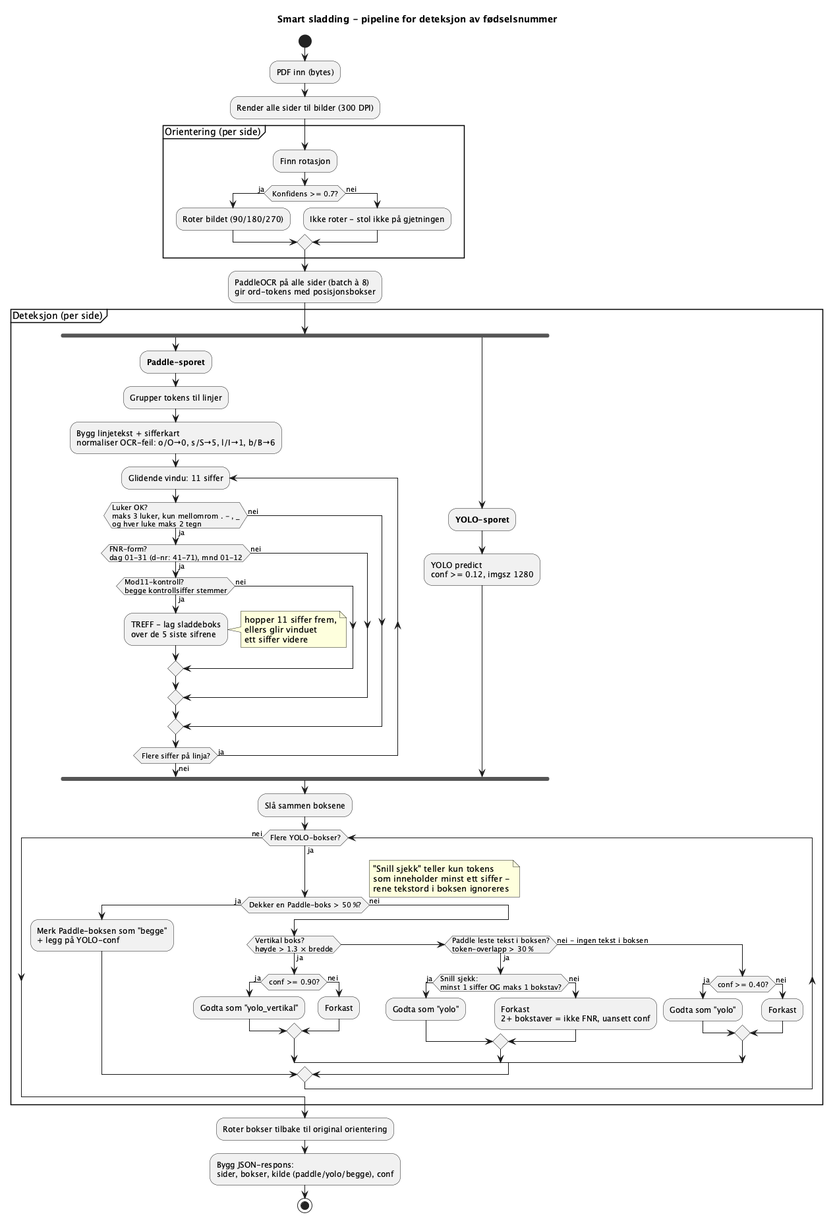
Before: docs/diagrams/skjermbilder/pipeline.png, a diagram exported from PlantUML (kartverket/dokumentbestilling-smart-sladding). Source of this version:
```plantuml
@startuml
title Smart sladding - pipeline for deteksjon av fødselsnummer

start
:PDF inn (bytes);
:Render alle sider til bilder (300 DPI);

partition "Orientering (per side)" {
  :Finn rotasjon;
  if (Konfidens >= 0.7?) then (ja)
    :Roter bildet (90/180/270);
  else (nei)
    :Ikke roter - stol ikke på gjetningen;
  endif
}

:PaddleOCR på alle sider (batch à 8)\ngir ord-tokens med posisjonsbokser;

partition "Deteksjon (per side)" {
  fork
    :**Paddle-sporet**;
    :Grupper tokens til linjer;
    :Bygg linjetekst + sifferkart\nnormaliser OCR-feil: o/O→0, s/S→5, l/I→1, b/B→6;
    repeat :Glidende vindu: 11 siffer;
      if (Luker OK?\nmaks 3 luker, kun mellomrom . - , _\nog hver luke maks 2 tegn) then (ja)
        if (FNR-form?\ndag 01-31 (d-nr: 41-71), mnd 01-12) then (ja)
          if (Mod11-kontroll?\nbegge kontrollsiffer stemmer) then (ja)
            :TREFF - lag sladdeboks\nover de 5 siste sifrene;
            note right
              hopper 11 siffer frem,
              ellers glir vinduet
              ett siffer videre
            end note
          else (nei)
          endif
        else (nei)
        endif
      else (nei)
      endif
    repeat while (Flere siffer på linja?) is (ja) not (nei)
  fork again
    :**YOLO-sporet**;
    :YOLO predict\nconf >= 0.12, imgsz 1280;
  end fork

  :Slå sammen boksene;
  while (Flere YOLO-bokser?) is (ja)
    if (Dekker en Paddle-boks > 50 %?) then (ja)
      :Merk Paddle-boksen som "begge"\n+ legg på YOLO-conf;
    else (nei)
      if (Vertikal boks?\nhøyde > 1.3 × bredde) then (ja)
        if (conf >= 0.90?) then (ja)
          :Godta som "yolo_vertikal";
        else (nei)
          :Forkast;
        endif
      elseif (Paddle leste tekst i boksen?\ntoken-overlapp > 30 %) then (ja)
        if (Snill sjekk:\nminst 1 siffer OG maks 1 bokstav?) then (ja)
          :Godta som "yolo";
        else (nei)
          :Forkast\n2+ bokstaver = ikke FNR, uansett conf;
        endif
      else (nei - ingen tekst i boksen)
        if (conf >= 0.40?) then (ja)
          :Godta som "yolo";
        else (nei)
          :Forkast;
        endif
      endif
    endif
  endwhile (nei)
  note right
    "Snill sjekk" teller kun tokens
    som inneholder minst ett siffer -
    rene tekstord i boksen ignoreres
  end note
}

:Roter bokser tilbake til original orientering;
:Bygg JSON-respons:\nsider, bokser, kilde (paddle/yolo/begge), conf;
stop
@enduml
```
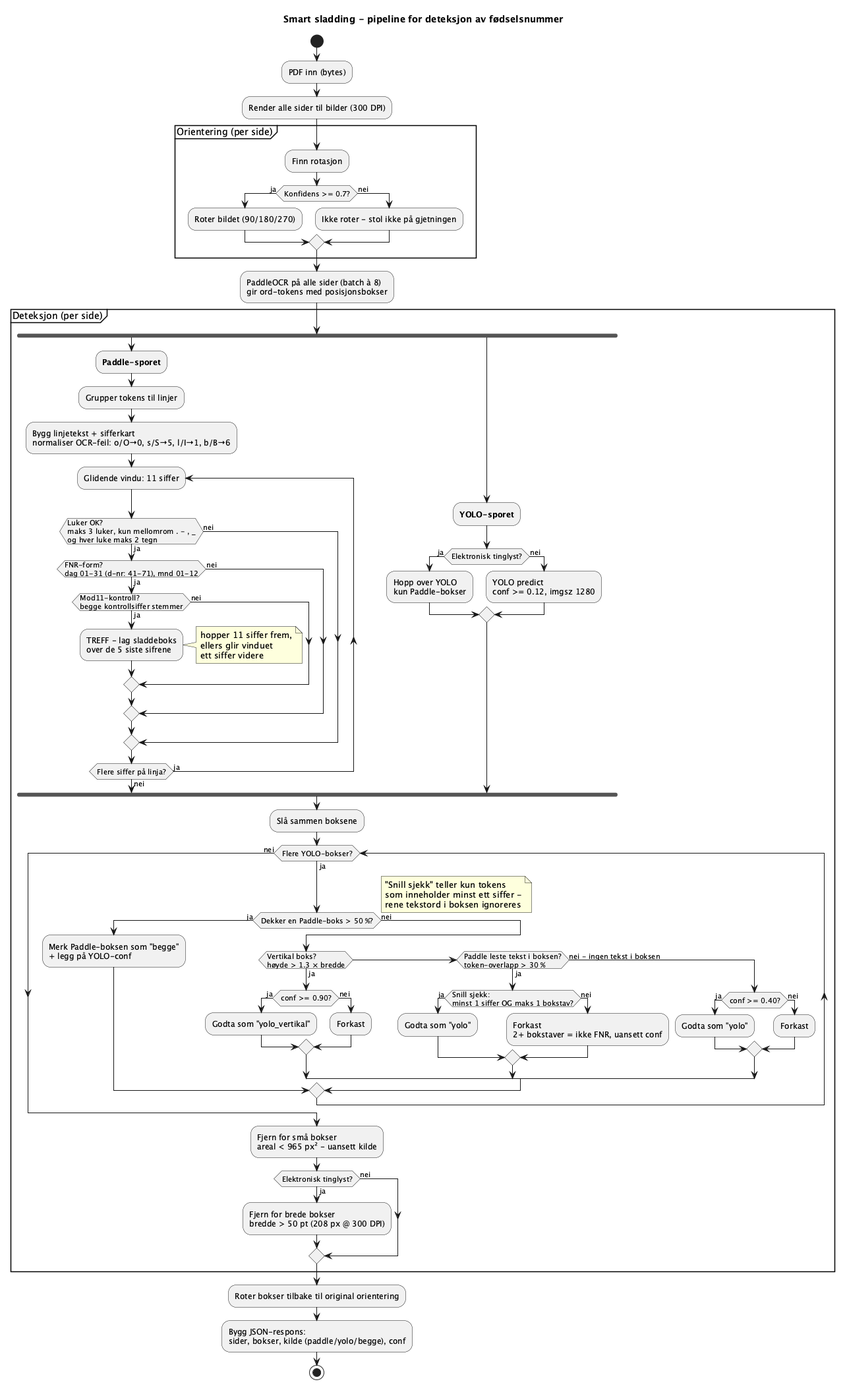
The same diagram one commit later.

Commit message:
nojira:: docks update

What changed in the source:
```diff
@@ -40,7 +40,11 @@
     repeat while (Flere siffer på linja?) is (ja) not (nei)
   fork again
     :**YOLO-sporet**;
-    :YOLO predict\nconf >= 0.12, imgsz 1280;
+    if (Elektronisk tinglyst?) then (ja)
+      :Hopp over YOLO\nkun Paddle-bokser;
+    else (nei)
+      :YOLO predict\nconf >= 0.12, imgsz 1280;
+    endif
   end fork
 
   :Slå sammen boksene;
@@ -74,6 +78,12 @@
     som inneholder minst ett siffer -
     rene tekstord i boksen ignoreres
   end note
+
+  :Fjern for små bokser\nareal < 965 px² - uansett kilde;
+  if (Elektronisk tinglyst?) then (ja)
+    :Fjern for brede bokser\nbredde > 50 pt (208 px @ 300 DPI);
+  else (nei)
+  endif
 }
 
 :Roter bokser tilbake til original orientering;
```
